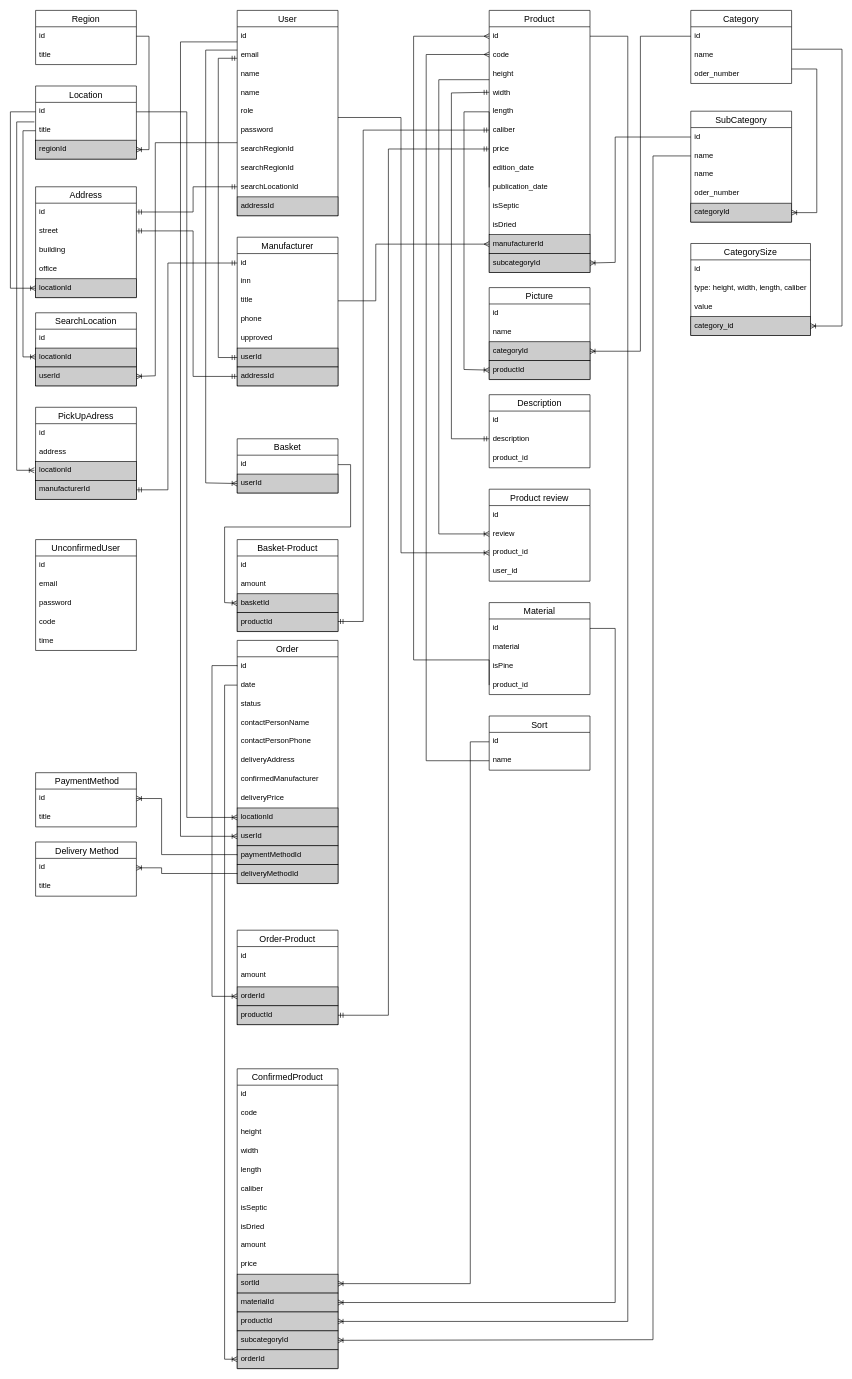
alexeyk500/lesopilka_backend keeps this draw.io diagram as lesopilka.drawio. Above is the earlier version. Source tidied: cells renumbered, new cells numbered last; positions are measured from the earlier drawing's top-left corner, leaving out a move shared by most shapes. Both pictures are drawn from the tidied source at 63%, with x=0, y=0 at pixel (10, 10).
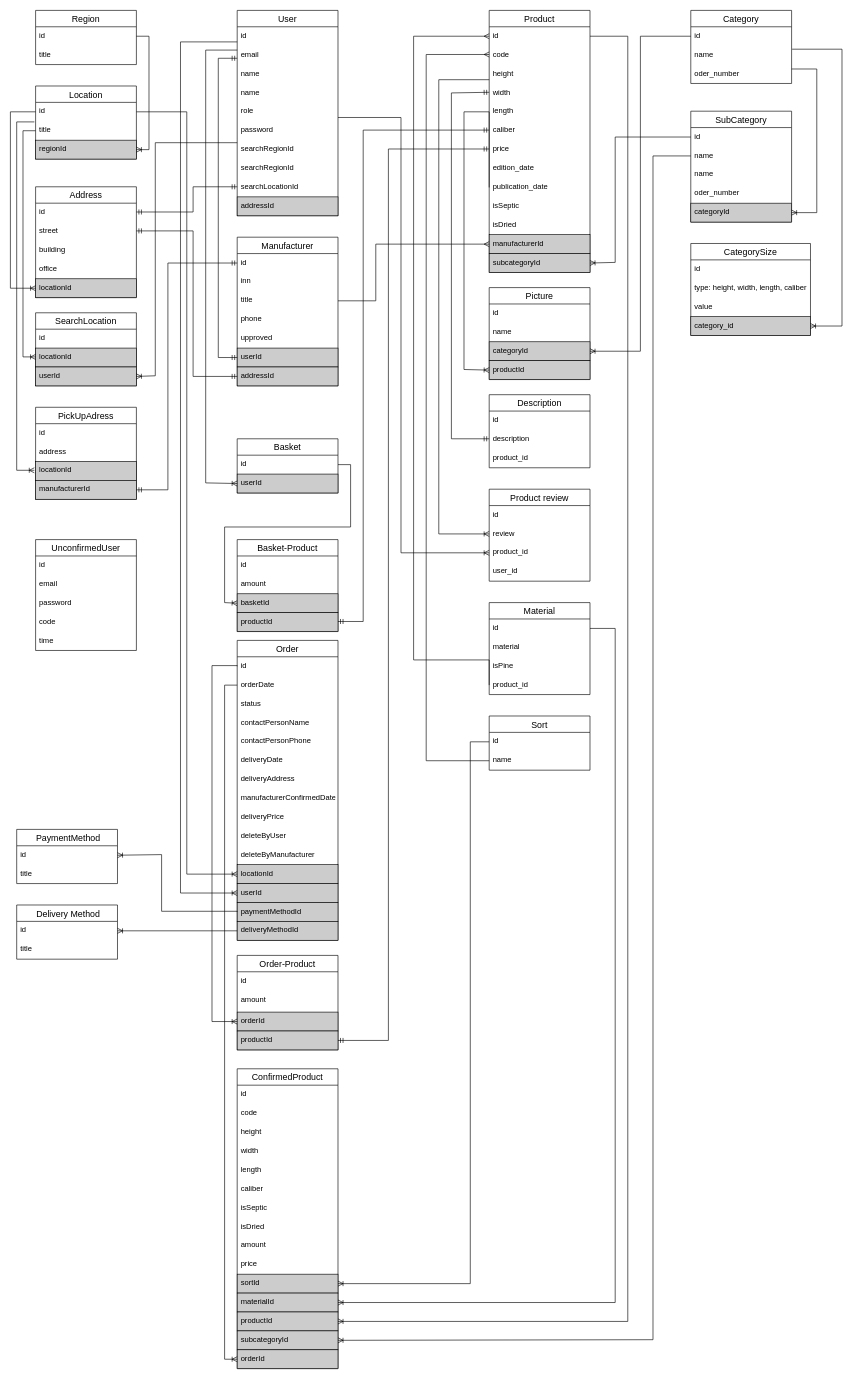
Above is the later version.

Unchanged cells that the change refers to:
```xml
<mxCell id="125" value="id" style="text;strokeColor=none;fillColor=none;spacingLeft=4;spacingRight=4;overflow=hidden;points=[[0,0.5],[1,0.5]];portConstraint=eastwest;fontSize=12;" parent="124" vertex="1">
  <mxGeometry y="26" width="160" height="30" as="geometry" />
</mxCell>
<mxCell id="141" value="orderId&#10;" style="text;spacingLeft=4;spacingRight=4;overflow=hidden;points=[[0,0.5],[1,0.5]];portConstraint=eastwest;fontSize=12;fillColor=#CCCCCC;strokeColor=default;" parent="138" vertex="1">
  <mxGeometry y="90" width="160" height="30" as="geometry" />
</mxCell>
<mxCell id="142" value="productId" style="text;spacingLeft=4;spacingRight=4;overflow=hidden;points=[[0,0.5],[1,0.5]];portConstraint=eastwest;fontSize=12;fillColor=#CCCCCC;strokeColor=default;" parent="138" vertex="1">
  <mxGeometry y="120" width="160" height="30" as="geometry" />
</mxCell>
<mxCell id="144" value="id" style="text;strokeColor=none;fillColor=none;spacingLeft=4;spacingRight=4;overflow=hidden;points=[[0,0.5],[1,0.5]];portConstraint=eastwest;fontSize=12;" parent="143" vertex="1">
  <mxGeometry y="26" width="160" height="30" as="geometry" />
</mxCell>
<mxCell id="147" value="id" style="text;strokeColor=none;fillColor=none;spacingLeft=4;spacingRight=4;overflow=hidden;points=[[0,0.5],[1,0.5]];portConstraint=eastwest;fontSize=12;" parent="146" vertex="1">
  <mxGeometry y="26" width="160" height="30" as="geometry" />
</mxCell>
```

Change to the diagram source:
```diff
@@
     <mxCell id="124" value="Order" style="swimlane;fontStyle=0;horizontal=1;startSize=26;align=center;fontSize=14;" parent="1" vertex="1">
-      <mxGeometry x="360" y="1000" width="160" height="386" as="geometry" />
+      <mxGeometry x="360" y="1000" width="160" height="476" as="geometry" />
     </mxCell>
@@
-    <mxCell id="126" value="date" style="text;strokeColor=none;fillColor=none;spacingLeft=4;spacingRight=4;overflow=hidden;points=[[0,0.5],[1,0.5]];portConstraint=eastwest;fontSize=12;" parent="124" vertex="1">
+    <mxCell id="126" value="orderDate" style="text;strokeColor=none;fillColor=none;spacingLeft=4;spacingRight=4;overflow=hidden;points=[[0,0.5],[1,0.5]];portConstraint=eastwest;fontSize=12;" parent="124" vertex="1">
       <mxGeometry y="56" width="160" height="30" as="geometry" />
     </mxCell>
@@
+    <mxCell id="182" value="deliveryDate" style="text;strokeColor=none;fillColor=none;spacingLeft=4;spacingRight=4;overflow=hidden;fontSize=12;" parent="124" vertex="1">
+      <mxGeometry y="176" width="160" height="30" as="geometry" />
+    </mxCell>
     <mxCell id="130" value="deliveryAddress" style="text;strokeColor=none;fillColor=none;spacingLeft=4;spacingRight=4;overflow=hidden;fontSize=12;" parent="124" vertex="1">
-      <mxGeometry y="176" width="160" height="30" as="geometry" />
+      <mxGeometry y="206" width="160" height="30" as="geometry" />
     </mxCell>
-    <mxCell id="131" value="confirmedManufacturer" style="text;strokeColor=none;fillColor=none;spacingLeft=4;spacingRight=4;overflow=hidden;fontSize=12;" parent="124" vertex="1">
-      <mxGeometry y="206" width="160" height="30" as="geometry" />
+    <mxCell id="131" value="manufacturerConfirmedDate" style="text;strokeColor=none;fillColor=none;spacingLeft=4;spacingRight=4;overflow=hidden;fontSize=12;" parent="124" vertex="1">
+      <mxGeometry y="236" width="160" height="30" as="geometry" />
     </mxCell>
     <mxCell id="132" value="deliveryPrice" style="text;strokeColor=none;fillColor=none;spacingLeft=4;spacingRight=4;overflow=hidden;fontSize=12;" parent="124" vertex="1">
-      <mxGeometry y="236" width="160" height="30" as="geometry" />
+      <mxGeometry y="266" width="160" height="30" as="geometry" />
     </mxCell>
+    <mxCell id="183" value="deleteByUser" style="text;strokeColor=none;fillColor=none;spacingLeft=4;spacingRight=4;overflow=hidden;fontSize=12;" parent="124" vertex="1">
+      <mxGeometry y="296" width="160" height="30" as="geometry" />
+    </mxCell>
+    <mxCell id="184" value="deleteByManufacturer" style="text;strokeColor=none;fillColor=none;spacingLeft=4;spacingRight=4;overflow=hidden;fontSize=12;" parent="124" vertex="1">
+      <mxGeometry y="326" width="160" height="30" as="geometry" />
+    </mxCell>
     <mxCell id="133" value="locationId&#10;" style="text;spacingLeft=4;spacingRight=4;overflow=hidden;points=[[0,0.5],[1,0.5]];portConstraint=eastwest;fontSize=12;fillColor=#CCCCCC;strokeColor=default;" parent="124" vertex="1">
-      <mxGeometry y="266" width="160" height="30" as="geometry" />
+      <mxGeometry y="356" width="160" height="30" as="geometry" />
     </mxCell>
     <mxCell id="134" value="userId" style="text;spacingLeft=4;spacingRight=4;overflow=hidden;points=[[0,0.5],[1,0.5]];portConstraint=eastwest;fontSize=12;fillColor=#CCCCCC;strokeColor=default;" parent="124" vertex="1">
-      <mxGeometry y="296" width="160" height="30" as="geometry" />
+      <mxGeometry y="386" width="160" height="30" as="geometry" />
     </mxCell>
     <mxCell id="135" value="paymentMethodId&#10;" style="text;spacingLeft=4;spacingRight=4;overflow=hidden;points=[[0,0.5],[1,0.5]];portConstraint=eastwest;fontSize=12;fillColor=#CCCCCC;strokeColor=default;" parent="124" vertex="1">
-      <mxGeometry y="326" width="160" height="30" as="geometry" />
+      <mxGeometry y="416" width="160" height="30" as="geometry" />
     </mxCell>
     <mxCell id="136" value="deliveryMethodId&#10;" style="text;spacingLeft=4;spacingRight=4;overflow=hidden;points=[[0,0.5],[1,0.5]];portConstraint=eastwest;fontSize=12;fillColor=#CCCCCC;strokeColor=default;" parent="124" vertex="1">
-      <mxGeometry y="356" width="160" height="30" as="geometry" />
+      <mxGeometry y="446" width="160" height="30" as="geometry" />
     </mxCell>
     <mxCell id="137" style="edgeStyle=orthogonalEdgeStyle;fontSize=12;html=1;endArrow=ERoneToMany;rounded=0;fontFamily=Helvetica;fontColor=default;entryX=0;entryY=0.5;entryDx=0;entryDy=0;" parent="1" edge="1" target="134">
       <mxGeometry relative="1" as="geometry">
         <mxPoint x="360" y="50" as="sourcePoint" />
         <Array as="points">
           <mxPoint x="270" y="50" />
-          <mxPoint x="270" y="1311" />
+          <mxPoint x="270" y="1401" />
         </Array>
       </mxGeometry>
     </mxCell>
     <mxCell id="138" value="Order-Product" style="swimlane;fontStyle=0;horizontal=1;startSize=26;align=center;fontSize=14;" parent="1" vertex="1">
-      <mxGeometry x="360" y="1460" width="160" height="150" as="geometry" />
+      <mxGeometry x="360" y="1500" width="160" height="150" as="geometry" />
     </mxCell>
@@
     <mxCell id="143" value=" PaymentMethod" style="swimlane;fontStyle=0;horizontal=1;startSize=26;align=center;fontSize=14;" parent="1" vertex="1">
-      <mxGeometry x="40" y="1210" width="160" height="86" as="geometry" />
+      <mxGeometry x="10" y="1300" width="160" height="86" as="geometry" />
     </mxCell>
@@
     <mxCell id="146" value=" Delivery Method" style="swimlane;fontStyle=0;horizontal=1;startSize=26;align=center;fontSize=14;" parent="1" vertex="1">
-      <mxGeometry x="40" y="1320" width="160" height="86" as="geometry" />
+      <mxGeometry x="10" y="1420" width="160" height="86" as="geometry" />
     </mxCell>
@@
     <mxCell id="149" style="edgeStyle=orthogonalEdgeStyle;fontSize=12;html=1;endArrow=ERoneToMany;rounded=0;exitX=0;exitY=0.5;exitDx=0;exitDy=0;entryX=0;entryY=0.5;entryDx=0;entryDy=0;" parent="1" edge="1" source="125" target="141">
       <mxGeometry relative="1" as="geometry">
         <Array as="points">
           <mxPoint x="360" y="1040" />
           <mxPoint x="320" y="1040" />
-          <mxPoint x="320" y="1565" />
+          <mxPoint x="320" y="1605" />
         </Array>
       </mxGeometry>
     </mxCell>
     <mxCell id="150" style="edgeStyle=orthogonalEdgeStyle;fontSize=12;html=1;endArrow=ERoneToMany;rounded=0;entryX=1;entryY=0.5;entryDx=0;entryDy=0;exitX=0;exitY=0.5;exitDx=0;exitDy=0;" parent="1" edge="1" source="135" target="144">
       <mxGeometry x="0.64" y="10" relative="1" as="geometry">
         <Array as="points">
-          <mxPoint x="360" y="1340" />
+          <mxPoint x="360" y="1430" />
+          <mxPoint x="240" y="1430" />
           <mxPoint x="240" y="1340" />
-          <mxPoint x="240" y="1251" />
         </Array>
       </mxGeometry>
     </mxCell>
-    <mxCell id="151" style="edgeStyle=orthogonalEdgeStyle;fontSize=12;html=1;endArrow=ERoneToMany;rounded=0;exitX=0;exitY=0.5;exitDx=0;exitDy=0;entryX=1;entryY=0.5;entryDx=0;entryDy=0;" parent="1" edge="1" source="136" target="147">
-      <mxGeometry x="0.64" y="10" relative="1" as="geometry">
-        <Array as="points">
-          <mxPoint x="360" y="1370" />
-          <mxPoint x="240" y="1370" />
-          <mxPoint x="240" y="1361" />
-        </Array>
-      </mxGeometry>
+    <mxCell id="151" style="fontSize=12;html=1;endArrow=ERoneToMany;rounded=0;exitX=0;exitY=0.5;exitDx=0;exitDy=0;entryX=1;entryY=0.5;entryDx=0;entryDy=0;" parent="1" edge="1" source="136" target="147">
+      <mxGeometry x="0.64" y="10" relative="1" as="geometry" />
     </mxCell>
     <mxCell id="152" style="edgeStyle=orthogonalEdgeStyle;fontSize=12;html=1;endArrow=ERmandOne;startArrow=ERmandOne;rounded=0;exitX=1;exitY=0.5;exitDx=0;exitDy=0;" parent="1" edge="1" source="142">
       <mxGeometry relative="1" as="geometry">
         <mxPoint x="760" y="220" as="targetPoint" />
         <Array as="points">
-          <mxPoint x="600" y="1595" />
+          <mxPoint x="600" y="1635" />
           <mxPoint x="600" y="220" />
         </Array>
       </mxGeometry>
     </mxCell>
```
